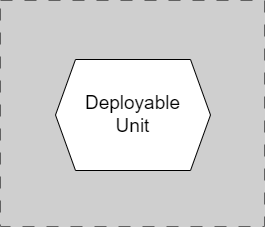
Above: docs/assets/branching/legend-deployable-unit.drawio.png in ready-to-release/eac (draw.io), before the change. Source tidied: cells renumbered, new cells last; positions are measured from the earlier drawing's top-left corner, leaving out a move shared by most shapes. Source of this version:
```xml
<mxGraphModel background="#CFCFCF">
  <root>
    <mxCell id="0" />
    <mxCell id="1" parent="0" />
    <mxCell id="2" value="&lt;font style=&quot;font-size: 19px;&quot;&gt;Deployable&lt;br&gt;Unit&lt;/font&gt;" style="shape=hexagon;perimeter=hexagonPerimeter2;whiteSpace=wrap;html=1;fixedSize=1;" parent="1" vertex="1">
      <mxGeometry x="55" y="59" width="155" height="111" as="geometry" />
    </mxCell>
    <mxCell id="3" style="group;strokeColor=#616161;dashed=1;dashPattern=12 12;" parent="1" vertex="1">
      <mxGeometry width="264" height="226" as="geometry" />
    </mxCell>
  </root>
</mxGraphModel>
```
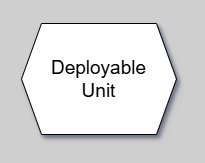
The same file after the commit.

Diff of the diagram source:
```diff
@@ -1,12 +1,12 @@
-<mxGraphModel background="#CFCFCF">
+<mxGraphModel background="#CFCFCF" shadow="1">
   <root>
     <mxCell id="0" />
     <mxCell id="1" parent="0" />
-    <mxCell id="2" value="&lt;font style=&quot;font-size: 19px;&quot;&gt;Deployable&lt;br&gt;Unit&lt;/font&gt;" style="shape=hexagon;perimeter=hexagonPerimeter2;whiteSpace=wrap;html=1;fixedSize=1;" parent="1" vertex="1">
+    <mxCell id="2" value="&lt;font style=&quot;font-size: 19px;&quot;&gt;Deployable&lt;br&gt;Unit&lt;/font&gt;" style="shape=hexagon;perimeter=hexagonPerimeter2;whiteSpace=wrap;html=1;fixedSize=1;shadow=1;" parent="1" vertex="1">
       <mxGeometry x="55" y="59" width="155" height="111" as="geometry" />
     </mxCell>
-    <mxCell id="3" style="group;strokeColor=#616161;dashed=1;dashPattern=12 12;" parent="1" vertex="1">
-      <mxGeometry width="264" height="226" as="geometry" />
-    </mxCell>
+    <mxCell id="4" style="rounded=0;strokeColor=none;fillColor=none;" parent="1" vertex="1">
+      <mxGeometry x="34" y="36" width="194" height="152" as="geometry" />
+    </mxCell>
   </root>
 </mxGraphModel>
```
